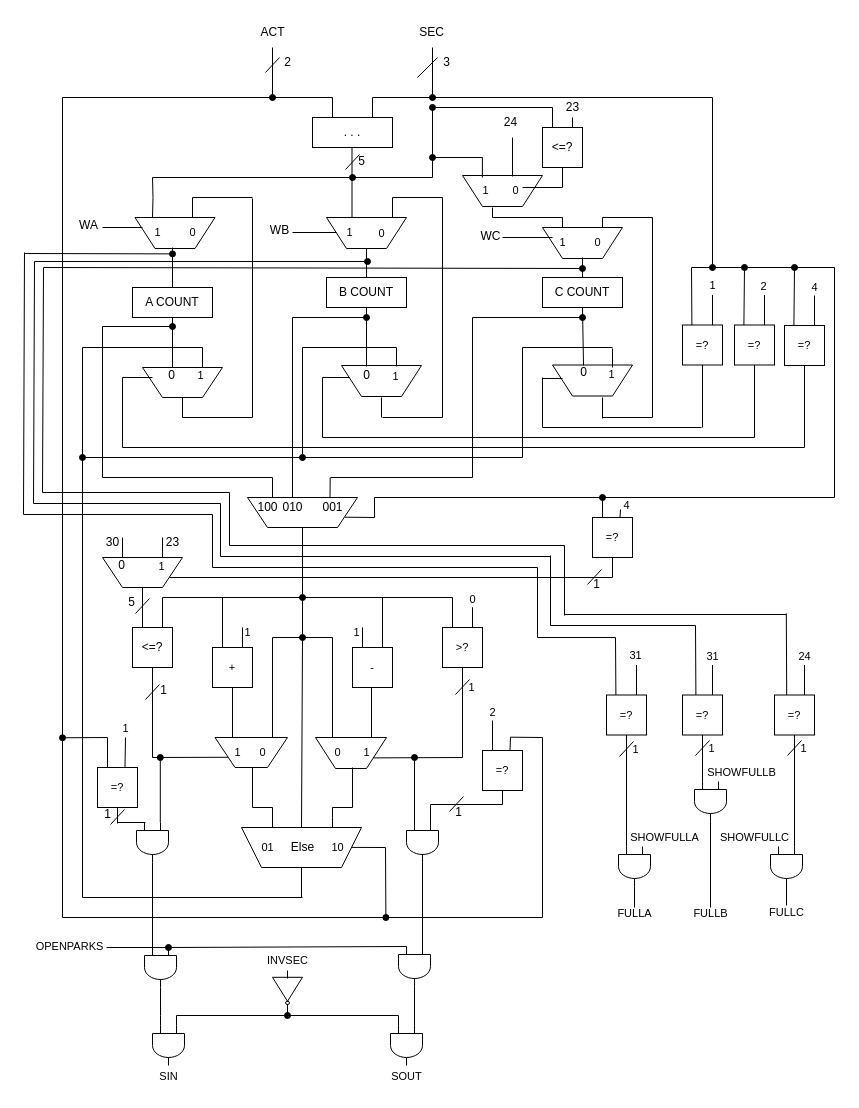
This is page "DataPath" (2 of 2) of doc/Parcheggio.drawio from Occhioverde/ae-parcheggio, a draw.io file, before an edit. Source tidied: cells renumbered, new cells numbered last; positions are measured from the earlier drawing's top-left corner, leaving out a move shared by most shapes. Both pictures are drawn from the tidied source at 100%, with x=0, y=0 at pixel (23, 17).
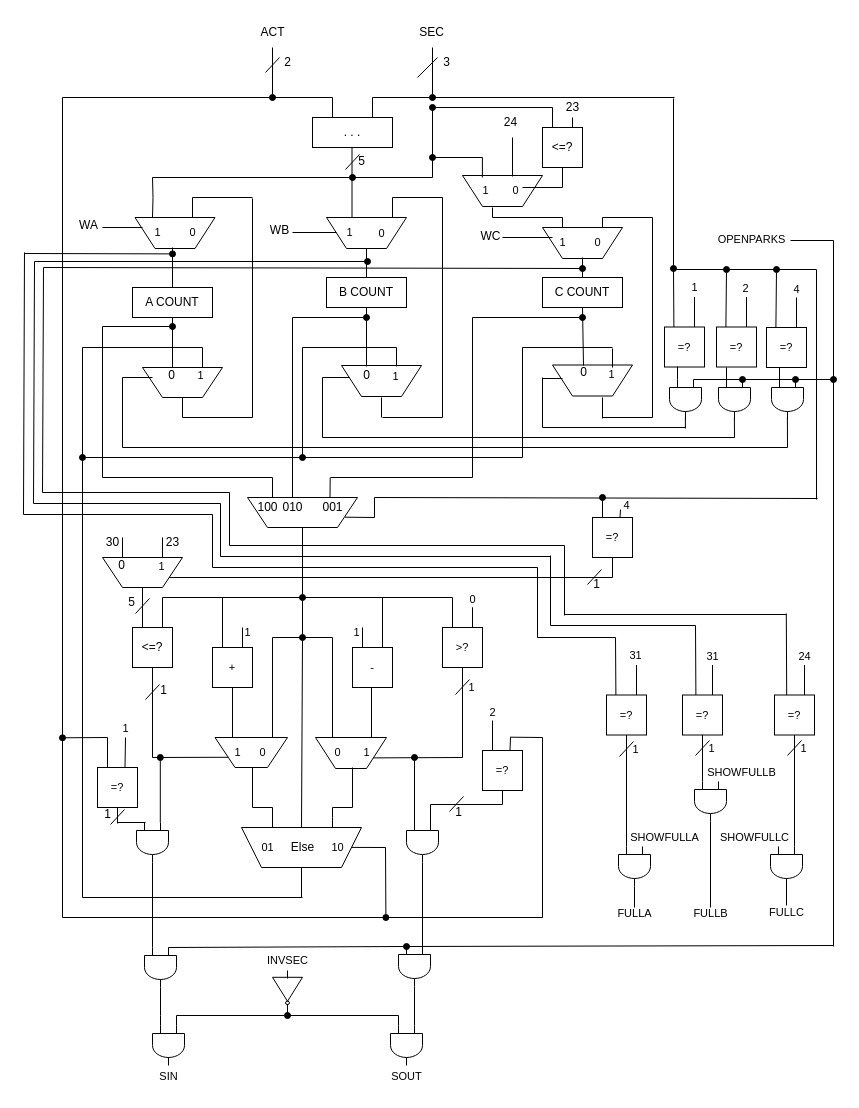
The same page after the edit.

The change refers to these unchanged cells:
```xml
<mxCell id="186" style="verticalLabelPosition=bottom;shadow=0;dashed=0;align=center;html=1;verticalAlign=top;shape=mxgraph.electrical.logic_gates.logic_gate;operation=and;rotation=90;fillColor=none;" parent="1" vertex="1">
  <mxGeometry x="117" y="934" width="40" height="32" as="geometry" />
</mxCell>
<mxCell id="192" style="verticalLabelPosition=bottom;shadow=0;dashed=0;align=center;html=1;verticalAlign=top;shape=mxgraph.electrical.logic_gates.logic_gate;operation=and;rotation=90;fillColor=none;" parent="1" vertex="1">
  <mxGeometry x="371" y="933" width="40" height="32" as="geometry" />
</mxCell>
```

Change to the diagram source:
```diff
@@
     <mxCell id="8" style="endArrow=none;html=1;rounded=0;" parent="1" edge="1">
       <mxGeometry relative="1" as="geometry">
         <mxPoint x="409" y="80" as="sourcePoint" />
-        <mxPoint x="689" y="80" as="targetPoint" />
+        <mxPoint x="651" y="80" as="targetPoint" />
       </mxGeometry>
     </mxCell>
@@
     <mxCell id="66" style="endArrow=none;html=1;rounded=0;" parent="1" edge="1">
       <mxGeometry relative="1" as="geometry">
         <mxPoint x="99" y="430" as="sourcePoint" />
-        <mxPoint x="781" y="430" as="targetPoint" />
+        <mxPoint x="764" y="430" as="targetPoint" />
       </mxGeometry>
     </mxCell>
     <mxCell id="67" style="endArrow=none;html=1;rounded=0;startArrow=oval;startFill=1;" parent="1" edge="1">
       <mxGeometry relative="1" as="geometry">
-        <mxPoint x="689" y="250" as="sourcePoint" />
-        <mxPoint x="689" y="80" as="targetPoint" />
+        <mxPoint x="650" y="251" as="sourcePoint" />
+        <mxPoint x="650" y="81" as="targetPoint" />
       </mxGeometry>
     </mxCell>
@@
-    <mxCell id="170" value="OPENPARKS" style="text;html=1;align=center;verticalAlign=middle;strokeColor=none;fillColor=none;fontSize=11;fontFamily=Helvetica;fontColor=default;" parent="1" vertex="1">
-      <mxGeometry x="1" y="914" width="90" height="30" as="geometry" />
-    </mxCell>
@@
     <mxCell id="178" style="endArrow=none;html=1;rounded=0;labelBackgroundColor=default;strokeColor=default;fontFamily=Helvetica;fontSize=11;fontColor=default;shape=connector;" parent="1" edge="1">
       <mxGeometry relative="1" as="geometry">
-        <mxPoint x="668.4" y="307.5" as="sourcePoint" />
-        <mxPoint x="668" y="250" as="targetPoint" />
+        <mxPoint x="650.4" y="309.5" as="sourcePoint" />
+        <mxPoint x="650" y="252" as="targetPoint" />
       </mxGeometry>
     </mxCell>
@@
     <mxCell id="180" value="=?" style="whiteSpace=wrap;html=1;fontFamily=Helvetica;fontSize=11;fontColor=default;fillColor=none;" parent="1" vertex="1">
-      <mxGeometry x="659" y="307.5" width="40" height="40" as="geometry" />
+      <mxGeometry x="641" y="309.5" width="40" height="40" as="geometry" />
     </mxCell>
     <mxCell id="181" style="endArrow=none;html=1;rounded=0;labelBackgroundColor=default;strokeColor=default;fontFamily=Helvetica;fontSize=11;fontColor=default;shape=connector;" parent="1" edge="1">
       <mxGeometry relative="1" as="geometry">
-        <mxPoint x="689" y="307.5" as="sourcePoint" />
-        <mxPoint x="689" y="277.5" as="targetPoint" />
+        <mxPoint x="671" y="309.5" as="sourcePoint" />
+        <mxPoint x="671" y="279.5" as="targetPoint" />
       </mxGeometry>
     </mxCell>
-    <mxCell id="182" style="endArrow=none;html=1;rounded=0;labelBackgroundColor=default;strokeColor=default;fontFamily=Helvetica;fontSize=11;fontColor=default;shape=connector;" parent="1" edge="1">
+    <mxCell id="182" style="endArrow=none;html=1;rounded=0;labelBackgroundColor=default;strokeColor=default;fontFamily=Helvetica;fontSize=11;fontColor=default;shape=connector;exitX=0;exitY=0.75;exitDx=0;exitDy=0;exitPerimeter=0;" parent="1" edge="1" source="314">
       <mxGeometry relative="1" as="geometry">
-        <mxPoint x="679" y="410" as="sourcePoint" />
-        <mxPoint x="679" y="347.5" as="targetPoint" />
+        <mxPoint x="654" y="349" as="targetPoint" />
       </mxGeometry>
     </mxCell>
@@
-    <mxCell id="193" style="endArrow=none;html=1;rounded=0;labelBackgroundColor=default;strokeColor=default;fontFamily=Helvetica;fontSize=11;fontColor=default;shape=connector;entryX=0;entryY=0.25;entryDx=0;entryDy=0;entryPerimeter=0;" parent="1" edge="1" target="186">
-      <mxGeometry relative="1" as="geometry">
-        <mxPoint x="83" y="930" as="sourcePoint" />
-      </mxGeometry>
-    </mxCell>
-    <mxCell id="194" style="endArrow=none;html=1;rounded=0;labelBackgroundColor=default;strokeColor=default;fontFamily=Helvetica;fontSize=11;fontColor=default;shape=connector;entryX=0;entryY=0.75;entryDx=0;entryDy=0;entryPerimeter=0;startArrow=oval;startFill=1;" parent="1" edge="1" target="192">
+    <mxCell id="194" style="endArrow=oval;html=1;rounded=0;labelBackgroundColor=default;strokeColor=default;fontFamily=Helvetica;fontSize=11;fontColor=default;shape=connector;entryX=0;entryY=0.75;entryDx=0;entryDy=0;entryPerimeter=0;startArrow=none;startFill=0;endFill=1;" parent="1" edge="1" target="192">
       <mxGeometry relative="1" as="geometry">
         <mxPoint x="145" y="930" as="sourcePoint" />
       </mxGeometry>
     </mxCell>
@@
     <mxCell id="221" style="endArrow=oval;html=1;rounded=0;labelBackgroundColor=default;strokeColor=default;fontFamily=Helvetica;fontSize=11;fontColor=default;shape=connector;startArrow=none;startFill=0;endFill=1;" parent="1" edge="1">
       <mxGeometry relative="1" as="geometry">
-        <mxPoint x="720.4" y="307.5" as="sourcePoint" />
-        <mxPoint x="721" y="250" as="targetPoint" />
+        <mxPoint x="702.4" y="309.5" as="sourcePoint" />
+        <mxPoint x="703" y="252" as="targetPoint" />
       </mxGeometry>
     </mxCell>
     <mxCell id="222" value="=?" style="whiteSpace=wrap;html=1;fontFamily=Helvetica;fontSize=11;fontColor=default;fillColor=none;" parent="1" vertex="1">
-      <mxGeometry x="711" y="307.5" width="40" height="40" as="geometry" />
+      <mxGeometry x="693" y="309.5" width="40" height="40" as="geometry" />
     </mxCell>
     <mxCell id="223" style="endArrow=none;html=1;rounded=0;labelBackgroundColor=default;strokeColor=default;fontFamily=Helvetica;fontSize=11;fontColor=default;shape=connector;" parent="1" edge="1">
       <mxGeometry relative="1" as="geometry">
-        <mxPoint x="741" y="307.5" as="sourcePoint" />
-        <mxPoint x="741" y="277.5" as="targetPoint" />
+        <mxPoint x="723" y="309.5" as="sourcePoint" />
+        <mxPoint x="723" y="279.5" as="targetPoint" />
       </mxGeometry>
     </mxCell>
-    <mxCell id="224" style="endArrow=none;html=1;rounded=0;labelBackgroundColor=default;strokeColor=default;fontFamily=Helvetica;fontSize=11;fontColor=default;shape=connector;" parent="1" edge="1">
-      <mxGeometry relative="1" as="geometry">
-        <mxPoint x="731" y="420" as="sourcePoint" />
-        <mxPoint x="731" y="347.5" as="targetPoint" />
-      </mxGeometry>
-    </mxCell>
     <mxCell id="225" style="endArrow=oval;html=1;rounded=0;labelBackgroundColor=default;strokeColor=default;fontFamily=Helvetica;fontSize=11;fontColor=default;shape=connector;endFill=1;" parent="1" edge="1">
       <mxGeometry relative="1" as="geometry">
-        <mxPoint x="770.4" y="308" as="sourcePoint" />
-        <mxPoint x="771" y="250" as="targetPoint" />
+        <mxPoint x="752.4" y="310" as="sourcePoint" />
+        <mxPoint x="753" y="252" as="targetPoint" />
       </mxGeometry>
     </mxCell>
     <mxCell id="226" value="=?" style="whiteSpace=wrap;html=1;fontFamily=Helvetica;fontSize=11;fontColor=default;fillColor=none;" parent="1" vertex="1">
-      <mxGeometry x="761" y="308" width="40" height="40" as="geometry" />
+      <mxGeometry x="743" y="310" width="40" height="40" as="geometry" />
     </mxCell>
     <mxCell id="227" style="endArrow=none;html=1;rounded=0;labelBackgroundColor=default;strokeColor=default;fontFamily=Helvetica;fontSize=11;fontColor=default;shape=connector;" parent="1" edge="1">
       <mxGeometry relative="1" as="geometry">
-        <mxPoint x="791" y="308" as="sourcePoint" />
-        <mxPoint x="791" y="278" as="targetPoint" />
+        <mxPoint x="773" y="310" as="sourcePoint" />
+        <mxPoint x="773" y="280" as="targetPoint" />
       </mxGeometry>
     </mxCell>
-    <mxCell id="228" style="endArrow=none;html=1;rounded=0;labelBackgroundColor=default;strokeColor=default;fontFamily=Helvetica;fontSize=11;fontColor=default;shape=connector;" parent="1" edge="1">
-      <mxGeometry relative="1" as="geometry">
-        <mxPoint x="781" y="430" as="sourcePoint" />
-        <mxPoint x="781" y="348" as="targetPoint" />
-      </mxGeometry>
-    </mxCell>
     <mxCell id="229" style="endArrow=none;html=1;rounded=0;" parent="1" edge="1">
       <mxGeometry relative="1" as="geometry">
         <mxPoint x="299" y="420" as="sourcePoint" />
-        <mxPoint x="731" y="420" as="targetPoint" />
+        <mxPoint x="711" y="420" as="targetPoint" />
       </mxGeometry>
     </mxCell>
     <mxCell id="230" style="endArrow=none;html=1;rounded=0;" parent="1" edge="1">
       <mxGeometry relative="1" as="geometry">
         <mxPoint x="519" y="410" as="sourcePoint" />
-        <mxPoint x="678" y="410" as="targetPoint" />
+        <mxPoint x="662" y="410" as="targetPoint" />
       </mxGeometry>
     </mxCell>
     <mxCell id="231" value="1" style="text;html=1;align=center;verticalAlign=middle;strokeColor=none;fillColor=none;fontSize=11;fontFamily=Helvetica;fontColor=default;" parent="1" vertex="1">
-      <mxGeometry x="674" y="252.5" width="30" height="30" as="geometry" />
+      <mxGeometry x="656" y="254.5" width="30" height="30" as="geometry" />
     </mxCell>
     <mxCell id="232" value="2" style="text;html=1;align=center;verticalAlign=middle;strokeColor=none;fillColor=none;fontSize=11;fontFamily=Helvetica;fontColor=default;" parent="1" vertex="1">
-      <mxGeometry x="725" y="254" width="30" height="30" as="geometry" />
+      <mxGeometry x="707" y="256" width="30" height="30" as="geometry" />
     </mxCell>
     <mxCell id="233" value="4" style="text;html=1;align=center;verticalAlign=middle;strokeColor=none;fillColor=none;fontSize=11;fontFamily=Helvetica;fontColor=default;" parent="1" vertex="1">
-      <mxGeometry x="776" y="255" width="30" height="30" as="geometry" />
+      <mxGeometry x="758" y="257" width="30" height="30" as="geometry" />
     </mxCell>
     <mxCell id="234" style="endArrow=none;html=1;rounded=0;" parent="1" edge="1">
       <mxGeometry relative="1" as="geometry">
-        <mxPoint x="668" y="250" as="sourcePoint" />
-        <mxPoint x="811" y="250" as="targetPoint" />
+        <mxPoint x="650" y="252" as="sourcePoint" />
+        <mxPoint x="793" y="252" as="targetPoint" />
       </mxGeometry>
     </mxCell>
     <mxCell id="235" style="endArrow=none;html=1;rounded=0;" parent="1" edge="1">
       <mxGeometry relative="1" as="geometry">
-        <mxPoint x="811" y="480" as="sourcePoint" />
-        <mxPoint x="811" y="250" as="targetPoint" />
+        <mxPoint x="793" y="482" as="sourcePoint" />
+        <mxPoint x="793" y="252" as="targetPoint" />
       </mxGeometry>
     </mxCell>
     <mxCell id="236" style="endArrow=none;html=1;rounded=0;" parent="1" edge="1">
       <mxGeometry relative="1" as="geometry">
         <mxPoint x="351" y="480" as="sourcePoint" />
-        <mxPoint x="811" y="480" as="targetPoint" />
+        <mxPoint x="794" y="481" as="targetPoint" />
       </mxGeometry>
     </mxCell>
@@
+    <mxCell id="314" style="verticalLabelPosition=bottom;shadow=0;dashed=0;align=center;html=1;verticalAlign=top;shape=mxgraph.electrical.logic_gates.logic_gate;operation=and;rotation=90;fillColor=none;" parent="1" vertex="1">
+      <mxGeometry x="642" y="366" width="40" height="32" as="geometry" />
+    </mxCell>
+    <mxCell id="315" style="endArrow=none;html=1;rounded=0;labelBackgroundColor=default;strokeColor=default;fontFamily=Helvetica;fontSize=11;fontColor=default;shape=connector;exitX=0;exitY=0.75;exitDx=0;exitDy=0;exitPerimeter=0;" parent="1" edge="1">
+      <mxGeometry relative="1" as="geometry">
+        <mxPoint x="661.9" y="411" as="sourcePoint" />
+        <mxPoint x="661.9" y="399" as="targetPoint" />
+      </mxGeometry>
+    </mxCell>
+    <mxCell id="316" style="endArrow=none;html=1;rounded=0;labelBackgroundColor=default;strokeColor=default;fontFamily=Helvetica;fontSize=11;fontColor=default;shape=connector;exitX=0;exitY=0.75;exitDx=0;exitDy=0;exitPerimeter=0;" parent="1" edge="1" source="317">
+      <mxGeometry relative="1" as="geometry">
+        <mxPoint x="703" y="350" as="targetPoint" />
+      </mxGeometry>
+    </mxCell>
+    <mxCell id="317" style="verticalLabelPosition=bottom;shadow=0;dashed=0;align=center;html=1;verticalAlign=top;shape=mxgraph.electrical.logic_gates.logic_gate;operation=and;rotation=90;fillColor=none;" parent="1" vertex="1">
+      <mxGeometry x="691" y="366" width="40" height="32" as="geometry" />
+    </mxCell>
+    <mxCell id="318" style="endArrow=none;html=1;rounded=0;labelBackgroundColor=default;strokeColor=default;fontFamily=Helvetica;fontSize=11;fontColor=default;shape=connector;" parent="1" edge="1">
+      <mxGeometry relative="1" as="geometry">
+        <mxPoint x="711" y="420" as="sourcePoint" />
+        <mxPoint x="710.9" y="400" as="targetPoint" />
+      </mxGeometry>
+    </mxCell>
+    <mxCell id="319" style="endArrow=none;html=1;rounded=0;labelBackgroundColor=default;strokeColor=default;fontFamily=Helvetica;fontSize=11;fontColor=default;shape=connector;exitX=0;exitY=0.75;exitDx=0;exitDy=0;exitPerimeter=0;" parent="1" edge="1" source="320">
+      <mxGeometry relative="1" as="geometry">
+        <mxPoint x="756" y="350" as="targetPoint" />
+      </mxGeometry>
+    </mxCell>
+    <mxCell id="320" style="verticalLabelPosition=bottom;shadow=0;dashed=0;align=center;html=1;verticalAlign=top;shape=mxgraph.electrical.logic_gates.logic_gate;operation=and;rotation=90;fillColor=none;" parent="1" vertex="1">
+      <mxGeometry x="744" y="366" width="40" height="32" as="geometry" />
+    </mxCell>
+    <mxCell id="321" style="endArrow=none;html=1;rounded=0;labelBackgroundColor=default;strokeColor=default;fontFamily=Helvetica;fontSize=11;fontColor=default;shape=connector;" parent="1" edge="1">
+      <mxGeometry relative="1" as="geometry">
+        <mxPoint x="764" y="430" as="sourcePoint" />
+        <mxPoint x="763.9" y="400" as="targetPoint" />
+      </mxGeometry>
+    </mxCell>
+    <mxCell id="322" style="endArrow=none;html=1;rounded=0;" parent="1" edge="1">
+      <mxGeometry relative="1" as="geometry">
+        <mxPoint x="767" y="223" as="sourcePoint" />
+        <mxPoint x="810" y="223" as="targetPoint" />
+      </mxGeometry>
+    </mxCell>
+    <mxCell id="170" value="OPENPARKS" style="text;html=1;align=center;verticalAlign=middle;strokeColor=none;fillColor=none;fontSize=11;fontFamily=Helvetica;fontColor=default;" parent="1" vertex="1">
+      <mxGeometry x="683" y="207" width="90" height="30" as="geometry" />
+    </mxCell>
+    <mxCell id="323" style="endArrow=none;html=1;rounded=0;" parent="1" edge="1">
+      <mxGeometry relative="1" as="geometry">
+        <mxPoint x="810" y="929" as="sourcePoint" />
+        <mxPoint x="810" y="223" as="targetPoint" />
+      </mxGeometry>
+    </mxCell>
+    <mxCell id="324" style="endArrow=oval;html=1;rounded=0;endFill=1;" parent="1" edge="1">
+      <mxGeometry relative="1" as="geometry">
+        <mxPoint x="772" y="362" as="sourcePoint" />
+        <mxPoint x="810" y="362" as="targetPoint" />
+      </mxGeometry>
+    </mxCell>
+    <mxCell id="325" style="endArrow=oval;html=1;rounded=0;endFill=1;" parent="1" edge="1">
+      <mxGeometry relative="1" as="geometry">
+        <mxPoint x="719" y="362" as="sourcePoint" />
+        <mxPoint x="772" y="362" as="targetPoint" />
+      </mxGeometry>
+    </mxCell>
+    <mxCell id="326" style="endArrow=oval;html=1;rounded=0;endFill=1;" parent="1" edge="1">
+      <mxGeometry relative="1" as="geometry">
+        <mxPoint x="670" y="362" as="sourcePoint" />
+        <mxPoint x="719" y="362" as="targetPoint" />
+      </mxGeometry>
+    </mxCell>
+    <mxCell id="327" style="endArrow=none;html=1;rounded=0;labelBackgroundColor=default;strokeColor=default;fontFamily=Helvetica;fontSize=11;fontColor=default;shape=connector;startArrow=none;startFill=0;endFill=0;" parent="1" edge="1">
+      <mxGeometry relative="1" as="geometry">
+        <mxPoint x="383" y="929" as="sourcePoint" />
+        <mxPoint x="810" y="928" as="targetPoint" />
+      </mxGeometry>
+    </mxCell>
```
